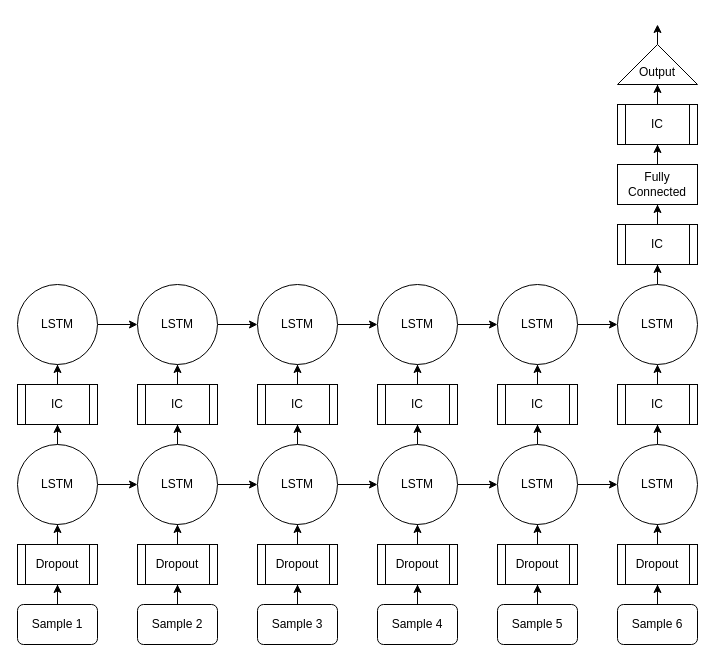
Earlier version of the draw.io diagram docs/Model-Design/LSTM/resources/model_lstm.drawio (sjawhar/no-wander). Source tidied: cells renumbered, new cells numbered last; positions are measured from the earlier drawing's top-left corner, leaving out a move shared by most shapes. Both pictures are drawn from the tidied source at 100%, with x=0, y=0 at pixel (17, 24).
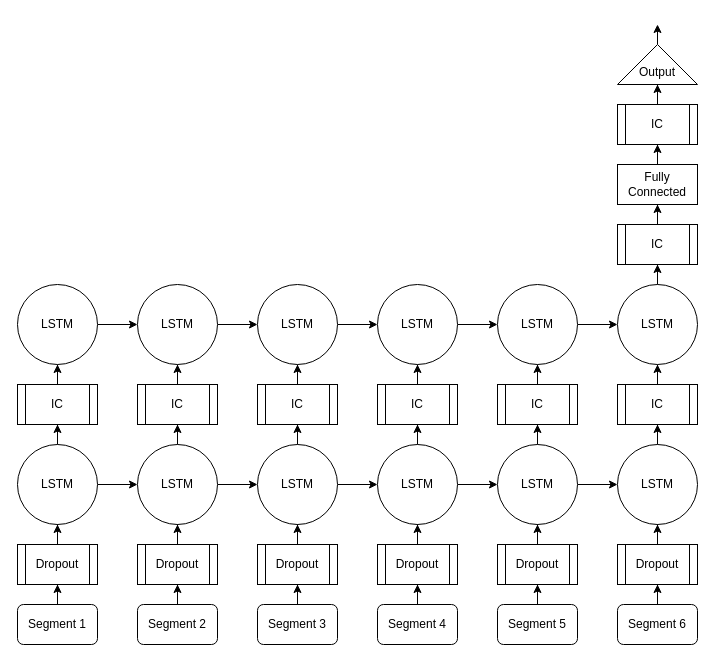
The same page after the edit.

Diff of the diagram source:
```diff
@@
-    <mxCell id="3" value="Sample 1" style="rounded=1;whiteSpace=wrap;html=1;" parent="1" vertex="1">
+    <mxCell id="3" value="Segment 1" style="rounded=1;whiteSpace=wrap;html=1;" parent="1" vertex="1">
       <mxGeometry y="580" width="80" height="40" as="geometry" />
     </mxCell>
@@
-    <mxCell id="14" value="Sample 2" style="rounded=1;whiteSpace=wrap;html=1;" parent="1" vertex="1">
+    <mxCell id="14" value="Segment&amp;nbsp;2" style="rounded=1;whiteSpace=wrap;html=1;" parent="1" vertex="1">
       <mxGeometry x="120" y="580" width="80" height="40" as="geometry" />
     </mxCell>
@@
-    <mxCell id="25" value="Sample 3" style="rounded=1;whiteSpace=wrap;html=1;" parent="1" vertex="1">
+    <mxCell id="25" value="Segment&amp;nbsp;3" style="rounded=1;whiteSpace=wrap;html=1;" parent="1" vertex="1">
       <mxGeometry x="240" y="580" width="80" height="40" as="geometry" />
     </mxCell>
@@
-    <mxCell id="36" value="Sample 4" style="rounded=1;whiteSpace=wrap;html=1;" parent="1" vertex="1">
+    <mxCell id="36" value="Segment&amp;nbsp;4" style="rounded=1;whiteSpace=wrap;html=1;" parent="1" vertex="1">
       <mxGeometry x="360" y="580" width="80" height="40" as="geometry" />
     </mxCell>
@@
-    <mxCell id="47" value="Sample 5" style="rounded=1;whiteSpace=wrap;html=1;" parent="1" vertex="1">
+    <mxCell id="47" value="Segment&amp;nbsp;5" style="rounded=1;whiteSpace=wrap;html=1;" parent="1" vertex="1">
       <mxGeometry x="480" y="580" width="80" height="40" as="geometry" />
     </mxCell>
@@
-    <mxCell id="58" value="Sample 6" style="rounded=1;whiteSpace=wrap;html=1;" parent="1" vertex="1">
+    <mxCell id="58" value="Segment&amp;nbsp;6" style="rounded=1;whiteSpace=wrap;html=1;" parent="1" vertex="1">
       <mxGeometry x="600" y="580" width="80" height="40" as="geometry" />
     </mxCell>
```
